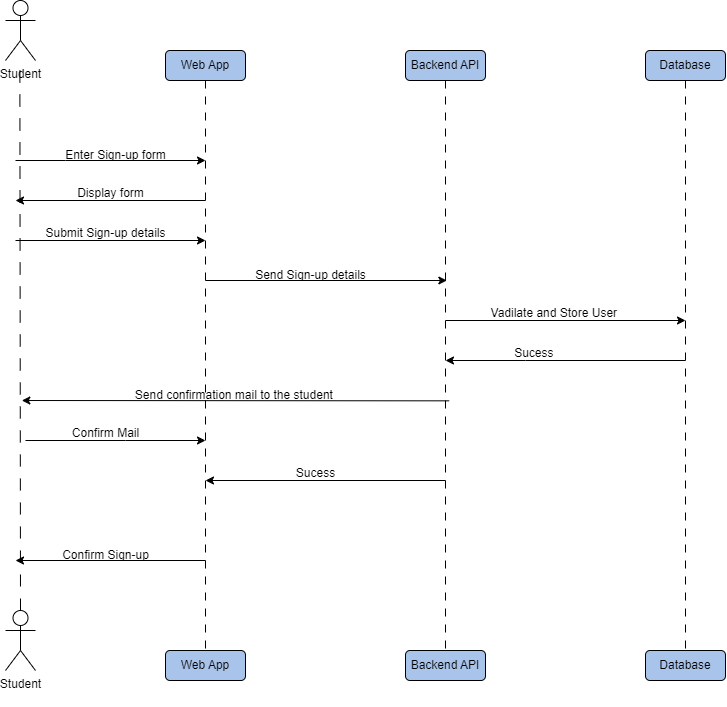
This is images/sequence_Sign-up.png from DevajMody/mdd-team-5-project, a draw.io export, as it was before one commit. Source tidied: cells renumbered, new cells last; positions are measured from the earlier drawing's top-left corner, leaving out a move shared by most shapes.
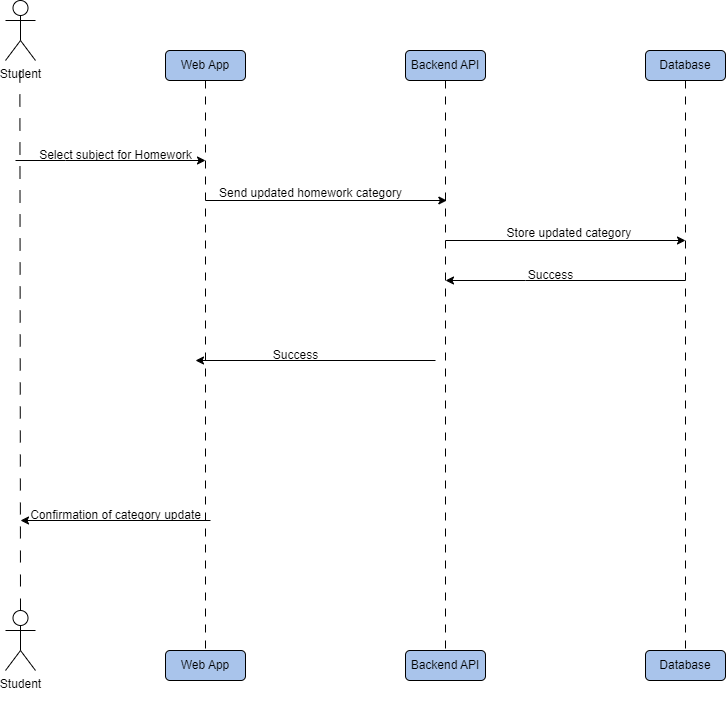
Later version of the same file.

Commit message:
Sequence Diagrams

Change to the diagram source:
```diff
@@ -49,98 +49,56 @@
         </Array>
       </mxGeometry>
     </mxCell>
-    <mxCell id="15" value="Enter Sign-up form" style="text;html=1;align=center;verticalAlign=middle;strokeColor=none;fillColor=none;" parent="1" vertex="1">
-      <mxGeometry x="50" y="140" width="120" height="30" as="geometry" />
+    <mxCell id="15" value="Select subject for Homework" style="text;html=1;align=center;verticalAlign=middle;strokeColor=none;fillColor=none;" parent="1" vertex="1">
+      <mxGeometry x="20" y="140" width="180" height="30" as="geometry" />
     </mxCell>
-    <mxCell id="16" style="edgeStyle=none;orthogonalLoop=1;jettySize=auto;html=1;rounded=0;endArrow=none;endFill=0;startArrow=classic;startFill=1;" parent="1" edge="1">
-      <mxGeometry relative="1" as="geometry">
-        <mxPoint x="10" y="200" as="sourcePoint" />
-        <mxPoint x="200" y="200" as="targetPoint" />
-      </mxGeometry>
-    </mxCell>
-    <mxCell id="17" value="&lt;blockquote style=&quot;margin: 0 0 0 40px; border: none; padding: 0px;&quot;&gt;Display form&lt;/blockquote&gt;" style="text;html=1;align=center;verticalAlign=middle;strokeColor=none;fillColor=none;" parent="1" vertex="1">
-      <mxGeometry x="20" y="178" width="130" height="30" as="geometry" />
-    </mxCell>
-    <mxCell id="18" style="edgeStyle=none;orthogonalLoop=1;jettySize=auto;html=1;rounded=0;endArrow=classic;endFill=1;" parent="1" edge="1">
-      <mxGeometry relative="1" as="geometry">
-        <mxPoint x="10" y="240" as="sourcePoint" />
-        <mxPoint x="200" y="240" as="targetPoint" />
-        <Array as="points">
-          <mxPoint x="10" y="240" />
-        </Array>
-      </mxGeometry>
-    </mxCell>
-    <mxCell id="19" value="Submit Sign-up details" style="text;html=1;align=center;verticalAlign=middle;strokeColor=none;fillColor=none;" parent="1" vertex="1">
-      <mxGeometry x="30" y="218" width="140" height="30" as="geometry" />
-    </mxCell>
     <mxCell id="20" style="edgeStyle=none;orthogonalLoop=1;jettySize=auto;html=1;rounded=0;" parent="1" edge="1">
       <mxGeometry relative="1" as="geometry">
-        <mxPoint x="200" y="280" as="sourcePoint" />
-        <mxPoint x="441.3" y="280" as="targetPoint" />
+        <mxPoint x="200" y="200" as="sourcePoint" />
+        <mxPoint x="441.3" y="200" as="targetPoint" />
       </mxGeometry>
     </mxCell>
-    <mxCell id="21" value="Send Sign-up details" style="text;html=1;align=center;verticalAlign=middle;strokeColor=none;fillColor=none;" parent="1" vertex="1">
-      <mxGeometry x="240" y="260" width="130" height="30" as="geometry" />
+    <mxCell id="21" value="Send updated homework category" style="text;html=1;align=center;verticalAlign=middle;strokeColor=none;fillColor=none;" parent="1" vertex="1">
+      <mxGeometry x="200" y="178" width="210" height="30" as="geometry" />
     </mxCell>
-    <mxCell id="22" style="edgeStyle=none;orthogonalLoop=1;jettySize=auto;html=1;rounded=0;endArrow=none;endFill=0;startArrow=classic;startFill=1;entryX=0.988;entryY=0.678;entryDx=0;entryDy=0;entryPerimeter=0;" parent="1" edge="1">
-      <mxGeometry relative="1" as="geometry">
-        <mxPoint x="16.3" y="400" as="sourcePoint" />
-        <mxPoint x="443.7" y="400.3" as="targetPoint" />
-      </mxGeometry>
-    </mxCell>
-    <mxCell id="23" value="Send confirmation mail to the student&amp;nbsp;" style="text;html=1;align=center;verticalAlign=middle;strokeColor=none;fillColor=none;" parent="1" vertex="1">
-      <mxGeometry x="120" y="380" width="220" height="30" as="geometry" />
-    </mxCell>
     <mxCell id="24" style="edgeStyle=none;orthogonalLoop=1;jettySize=auto;html=1;rounded=0;" parent="1" edge="1">
       <mxGeometry relative="1" as="geometry">
-        <mxPoint x="440" y="320" as="sourcePoint" />
-        <mxPoint x="680" y="320" as="targetPoint" />
+        <mxPoint x="440" y="240" as="sourcePoint" />
+        <mxPoint x="680" y="240" as="targetPoint" />
       </mxGeometry>
     </mxCell>
-    <mxCell id="25" value="Vadilate and Store User&amp;nbsp;" style="text;html=1;align=center;verticalAlign=middle;strokeColor=none;fillColor=none;" parent="1" vertex="1">
-      <mxGeometry x="475" y="298" width="150" height="30" as="geometry" />
+    <mxCell id="25" value="Store updated category&amp;nbsp;" style="text;html=1;align=center;verticalAlign=middle;strokeColor=none;fillColor=none;" parent="1" vertex="1">
+      <mxGeometry x="490" y="218" width="150" height="30" as="geometry" />
     </mxCell>
     <mxCell id="26" style="edgeStyle=none;orthogonalLoop=1;jettySize=auto;html=1;rounded=0;startArrow=classic;startFill=1;endArrow=none;endFill=0;" parent="1" edge="1">
       <mxGeometry relative="1" as="geometry">
-        <mxPoint x="440" y="360" as="sourcePoint" />
-        <mxPoint x="680" y="360" as="targetPoint" />
+        <mxPoint x="440" y="280" as="sourcePoint" />
+        <mxPoint x="680" y="280" as="targetPoint" />
         <Array as="points">
-          <mxPoint x="520" y="360" />
+          <mxPoint x="520" y="280" />
         </Array>
       </mxGeometry>
     </mxCell>
-    <mxCell id="27" value="Sucess&amp;nbsp;" style="text;html=1;align=center;verticalAlign=middle;strokeColor=none;fillColor=none;" parent="1" vertex="1">
-      <mxGeometry x="495" y="338" width="70" height="30" as="geometry" />
+    <mxCell id="27" value="Success" style="text;html=1;align=center;verticalAlign=middle;strokeColor=none;fillColor=none;" parent="1" vertex="1">
+      <mxGeometry x="510" y="260" width="70" height="30" as="geometry" />
     </mxCell>
-    <mxCell id="28" style="edgeStyle=none;orthogonalLoop=1;jettySize=auto;html=1;rounded=0;" parent="1" edge="1">
-      <mxGeometry relative="1" as="geometry">
-        <mxPoint x="20" y="440" as="sourcePoint" />
-        <mxPoint x="200" y="440" as="targetPoint" />
-        <Array as="points">
-          <mxPoint x="120" y="440" />
-        </Array>
-      </mxGeometry>
-    </mxCell>
-    <mxCell id="29" value="Confirm Mail" style="text;html=1;align=center;verticalAlign=middle;strokeColor=none;fillColor=none;" parent="1" vertex="1">
-      <mxGeometry x="55" y="418" width="90" height="30" as="geometry" />
-    </mxCell>
     <mxCell id="30" style="edgeStyle=none;orthogonalLoop=1;jettySize=auto;html=1;rounded=0;startArrow=classic;startFill=1;endArrow=none;endFill=0;" parent="1" edge="1">
       <mxGeometry relative="1" as="geometry">
-        <mxPoint x="200" y="480" as="sourcePoint" />
-        <mxPoint x="440" y="480" as="targetPoint" />
+        <mxPoint x="190" y="360" as="sourcePoint" />
+        <mxPoint x="430" y="360" as="targetPoint" />
       </mxGeometry>
     </mxCell>
-    <mxCell id="31" value="Sucess" style="text;html=1;align=center;verticalAlign=middle;strokeColor=none;fillColor=none;" parent="1" vertex="1">
-      <mxGeometry x="280" y="458" width="60" height="30" as="geometry" />
+    <mxCell id="31" value="Success" style="text;html=1;align=center;verticalAlign=middle;strokeColor=none;fillColor=none;" parent="1" vertex="1">
+      <mxGeometry x="255" y="340" width="70" height="30" as="geometry" />
     </mxCell>
     <mxCell id="32" style="edgeStyle=none;orthogonalLoop=1;jettySize=auto;html=1;rounded=0;startArrow=classic;startFill=1;endArrow=none;endFill=0;" parent="1" edge="1">
       <mxGeometry relative="1" as="geometry">
-        <mxPoint x="10" y="560" as="sourcePoint" />
-        <mxPoint x="200" y="560" as="targetPoint" />
+        <mxPoint x="15" y="520" as="sourcePoint" />
+        <mxPoint x="205" y="520" as="targetPoint" />
       </mxGeometry>
     </mxCell>
-    <mxCell id="33" value="Confirm Sign-up" style="text;html=1;align=center;verticalAlign=middle;strokeColor=none;fillColor=none;" parent="1" vertex="1">
-      <mxGeometry x="45" y="540" width="110" height="30" as="geometry" />
+    <mxCell id="33" value="Confirmation of category update" style="text;html=1;align=center;verticalAlign=middle;strokeColor=none;fillColor=none;" parent="1" vertex="1">
+      <mxGeometry x="15" y="500" width="190" height="30" as="geometry" />
     </mxCell>
   </root>
 </mxGraphModel>
```
